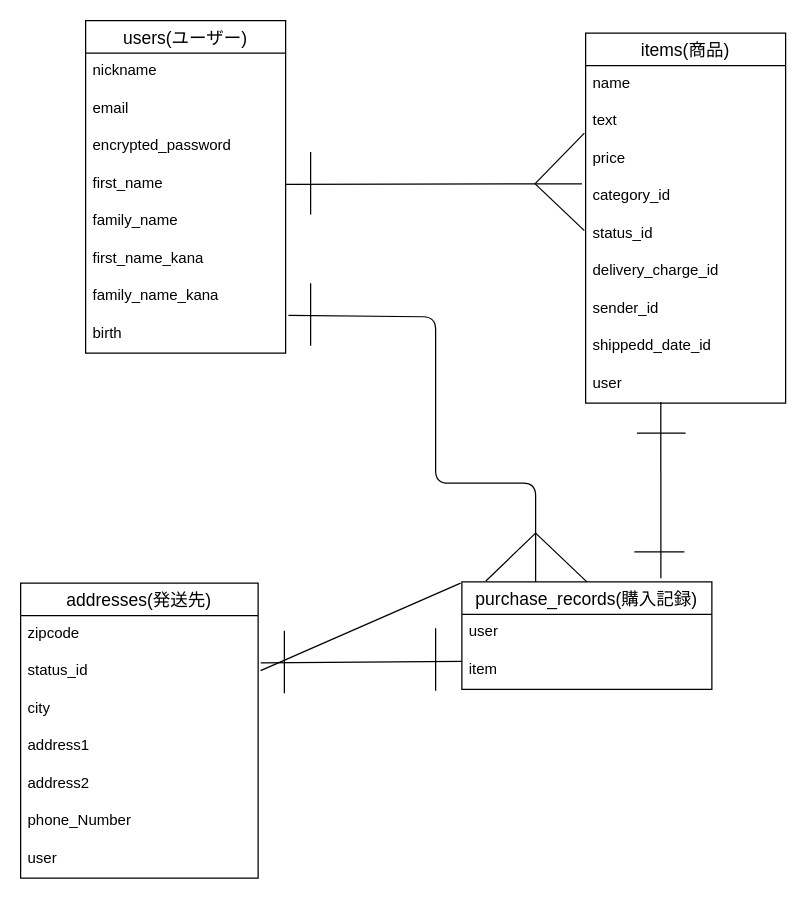
This is config/test.dio from syunkou/furima-38377, a draw.io file, before an edit. Source tidied: cells renumbered, new cells numbered last; positions are measured from the earlier drawing's top-left corner, leaving out a move shared by most shapes. Both pictures are drawn from the tidied source at 125%, with x=0, y=0 at pixel (20, 20).
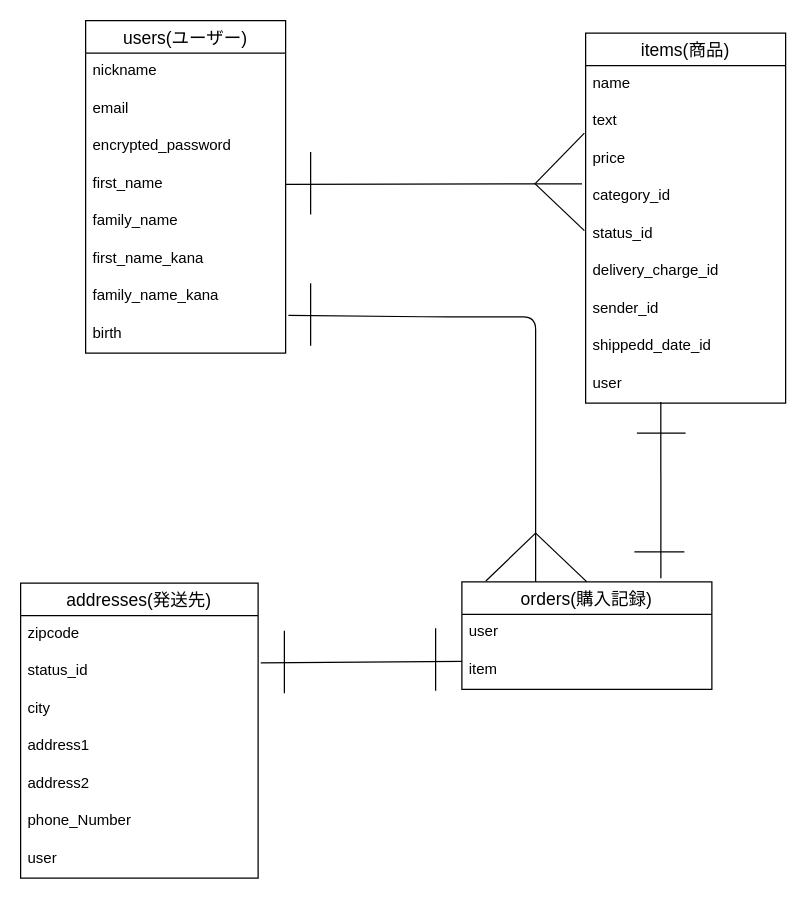
The same diagram, later.

Commit message (it also covers changes not shown here):
README,ER図,モデルの修正

Unchanged cells that the change refers to:
```xml
<mxCell id="9" value="family_name_kana" style="text;strokeColor=none;fillColor=none;spacingLeft=4;spacingRight=4;overflow=hidden;points=[[0,0.5],[1,0.5]];portConstraint=eastwest;fontSize=12;html=0;" parent="2" vertex="1">
  <mxGeometry y="206" width="160" height="30" as="geometry" />
</mxCell>
```

The edit, as a diff of the source:
```diff
@@
-    <mxCell id="21" value="purchase_records(購入記録)" style="swimlane;fontStyle=0;horizontal=1;startSize=26;align=center;fontSize=14;strokeColor=default;html=0;" parent="1" vertex="1">
+    <mxCell id="21" value="orders(購入記録)" style="swimlane;fontStyle=0;horizontal=1;startSize=26;align=center;fontSize=14;strokeColor=default;html=0;" parent="1" vertex="1">
       <mxGeometry x="353" y="449" width="200" height="86" as="geometry" />
     </mxCell>
@@
     <mxCell id="36" style="endArrow=none;html=1;exitX=1.014;exitY=0.995;exitDx=0;exitDy=0;exitPerimeter=0;entryX=0.295;entryY=0;entryDx=0;entryDy=0;entryPerimeter=0;" parent="1" edge="1" source="9" target="21">
       <mxGeometry relative="1" as="geometry">
         <Array as="points">
           <mxPoint x="332" y="237" />
-          <mxPoint x="332" y="370" />
+          <mxPoint x="412" y="237" />
           <mxPoint x="412" y="370" />
         </Array>
       </mxGeometry>
     </mxCell>
@@
-    <mxCell id="43" style="endArrow=none;html=1;entryX=0;entryY=0.5;entryDx=0;entryDy=0;" parent="1" edge="1">
-      <mxGeometry relative="1" as="geometry">
-        <mxPoint x="192" y="520" as="sourcePoint" />
-        <mxPoint x="352" y="450" as="targetPoint" />
-      </mxGeometry>
-    </mxCell>
```
